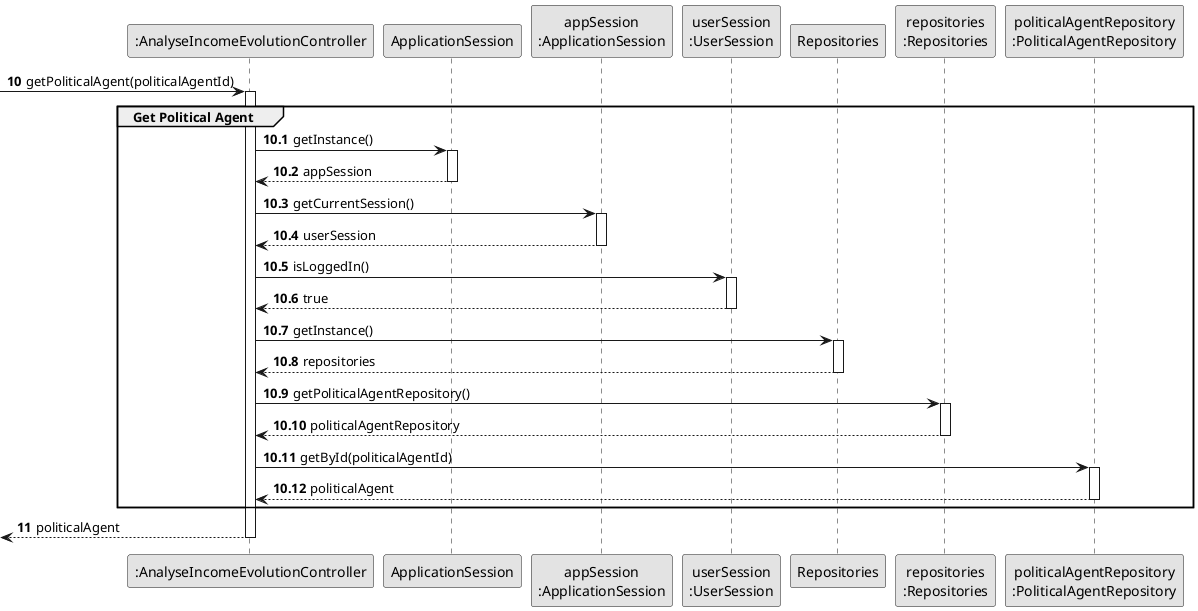
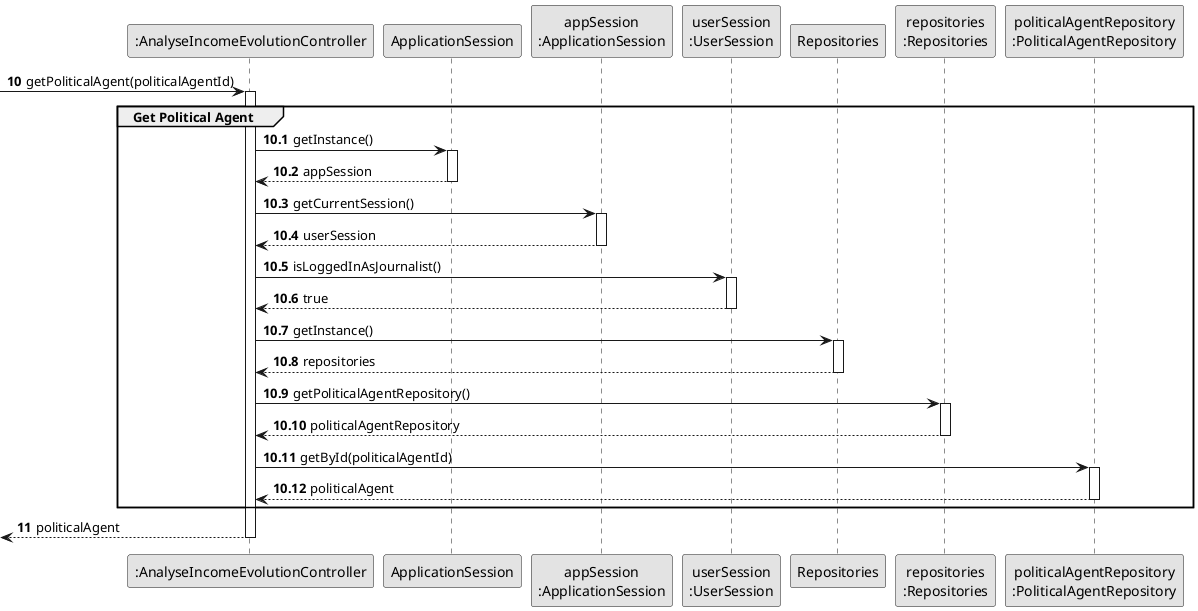
@startuml US010-SD-partial-get-political-agent
skinparam monochrome true
skinparam packageStyle rectangle
skinparam shadowing false

participant ":AnalyseIncomeEvolutionController" as CTRL
participant "ApplicationSession" as APP_SESSION
participant "appSession\n:ApplicationSession" as APP
participant "userSession\n:UserSession" as SESSION
participant "Repositories" as REPOS
participant "repositories\n:Repositories" as REPOS_SINGLETON
participant "politicalAgentRepository\n:PoliticalAgentRepository" as PA_REPO

autonumber 10
-> CTRL : getPoliticalAgent(politicalAgentId)

autonumber 10.1
activate CTRL

    group Get Political Agent

        CTRL -> APP_SESSION : getInstance()
        activate APP_SESSION
            APP_SESSION --> CTRL : appSession
        deactivate APP_SESSION

        CTRL -> APP : getCurrentSession()
        activate APP
            APP --> CTRL : userSession
        deactivate APP

-         CTRL -> SESSION : isLoggedIn()
+         CTRL -> SESSION : isLoggedInAsJournalist()
        activate SESSION
            SESSION --> CTRL : true
        deactivate SESSION

        CTRL -> REPOS : getInstance()
        activate REPOS
            REPOS --> CTRL : repositories
        deactivate REPOS

        CTRL -> REPOS_SINGLETON : getPoliticalAgentRepository()
        activate REPOS_SINGLETON
            REPOS_SINGLETON --> CTRL : politicalAgentRepository
        deactivate REPOS_SINGLETON

        CTRL -> PA_REPO : getById(politicalAgentId)
        activate PA_REPO
            PA_REPO --> CTRL : politicalAgent
        deactivate PA_REPO

    end

    autonumber 11
    <-- CTRL : politicalAgent

deactivate CTRL

@enduml